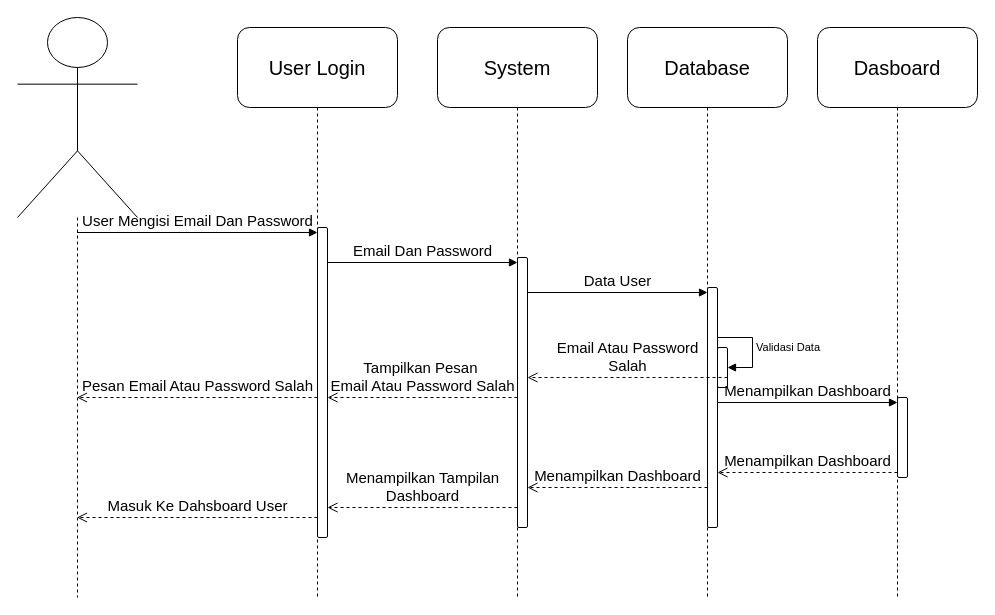
This is Untitled Diagram.drawio from salmanalfarizqi/apps, a draw.io file, before an edit. Source tidied: cells renumbered, new cells numbered last; positions are measured from the earlier drawing's top-left corner, leaving out a move shared by most shapes. Both pictures are drawn from the tidied source at 100%, with x=0, y=0 at pixel (17, 17).
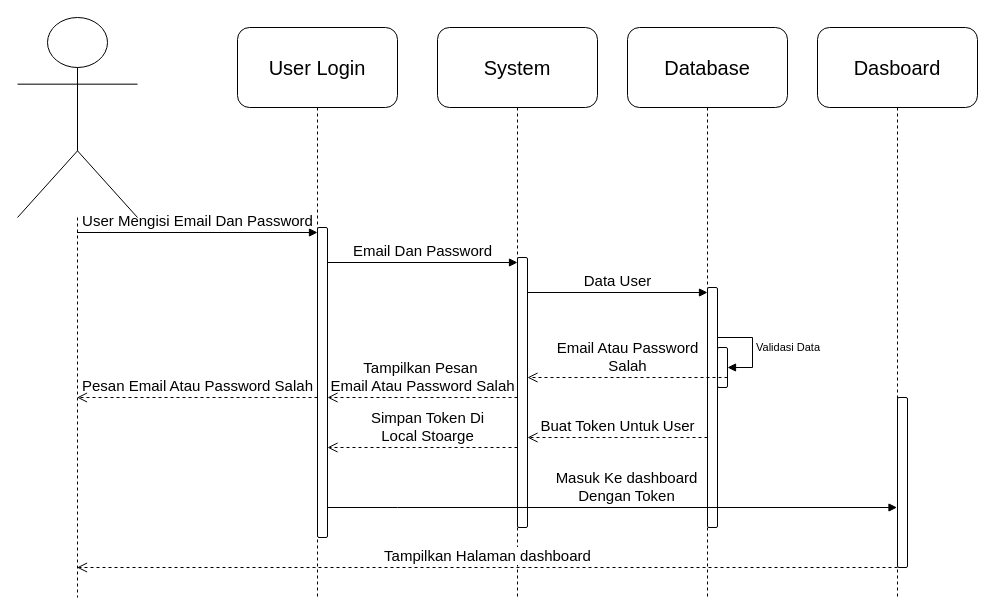
The same page after the edit.

Unchanged cells that the change refers to:
```xml
<mxCell id="2" style="shape=umlLifeline;perimeter=lifelinePerimeter;whiteSpace=wrap;html=1;outlineConnect=0;portConstraint=eastwest;newEdgeStyle={&quot;curved&quot;:0,&quot;rounded&quot;:0};participant=umlActor;size=200;labelBackgroundColor=none;rounded=1;" parent="1" vertex="1">
  <mxGeometry width="120" height="580" as="geometry" />
</mxCell>
<mxCell id="4" style="html=1;points=[[0,0,0,0,5],[0,1,0,0,-5],[1,0,0,0,5],[1,1,0,0,-5]];perimeter=orthogonalPerimeter;outlineConnect=0;targetShapes=umlLifeline;portConstraint=eastwest;newEdgeStyle={&quot;curved&quot;:0,&quot;rounded&quot;:0};labelBackgroundColor=none;rounded=1;" parent="3" vertex="1">
  <mxGeometry x="80" y="200" width="10" height="310" as="geometry" />
</mxCell>
<mxCell id="6" style="html=1;points=[[0,0,0,0,5],[0,1,0,0,-5],[1,0,0,0,5],[1,1,0,0,-5]];perimeter=orthogonalPerimeter;outlineConnect=0;targetShapes=umlLifeline;portConstraint=eastwest;newEdgeStyle={&quot;curved&quot;:0,&quot;rounded&quot;:0};labelBackgroundColor=none;rounded=1;" parent="5" vertex="1">
  <mxGeometry x="80" y="230" width="10" height="270" as="geometry" />
</mxCell>
<mxCell id="8" style="html=1;points=[[0,0,0,0,5],[0,1,0,0,-5],[1,0,0,0,5],[1,1,0,0,-5]];perimeter=orthogonalPerimeter;outlineConnect=0;targetShapes=umlLifeline;portConstraint=eastwest;newEdgeStyle={&quot;curved&quot;:0,&quot;rounded&quot;:0};labelBackgroundColor=none;rounded=1;" parent="7" vertex="1">
  <mxGeometry x="80" y="260" width="10" height="240" as="geometry" />
</mxCell>
<mxCell id="11" value="&lt;span style=&quot;font-size: 20px;&quot;&gt;Dasboard&lt;/span&gt;" style="shape=umlLifeline;perimeter=lifelinePerimeter;whiteSpace=wrap;html=1;outlineConnect=0;portConstraint=eastwest;newEdgeStyle={&quot;curved&quot;:0,&quot;rounded&quot;:0};size=80;labelBackgroundColor=none;rounded=1;" parent="1" vertex="1">
  <mxGeometry x="800" y="10" width="160" height="570" as="geometry" />
</mxCell>
```

What changed in the source:
```diff
@@
     <mxCell id="12" style="html=1;points=[[0,0,0,0,5],[0,1,0,0,-5],[1,0,0,0,5],[1,1,0,0,-5]];perimeter=orthogonalPerimeter;outlineConnect=0;targetShapes=umlLifeline;portConstraint=eastwest;newEdgeStyle={&quot;curved&quot;:0,&quot;rounded&quot;:0};labelBackgroundColor=none;rounded=1;" parent="11" vertex="1">
-      <mxGeometry x="80" y="370" width="10" height="80" as="geometry" />
+      <mxGeometry x="80" y="370" width="10" height="170" as="geometry" />
     </mxCell>
@@
-    <mxCell id="19" value="&lt;font style=&quot;font-size: 15px;&quot;&gt;Menampilkan Dashboard&lt;/font&gt;" style="html=1;verticalAlign=bottom;endArrow=block;curved=0;rounded=1;entryX=0;entryY=0;entryDx=0;entryDy=5;labelBackgroundColor=none;fontColor=default;" parent="1" edge="1" source="8" target="12">
-      <mxGeometry relative="1" as="geometry" />
-    </mxCell>
-    <mxCell id="20" value="&lt;font style=&quot;font-size: 15px;&quot;&gt;Menampilkan Dashboard&lt;/font&gt;" style="html=1;verticalAlign=bottom;endArrow=open;dashed=1;endSize=8;curved=0;rounded=1;exitX=0;exitY=1;exitDx=0;exitDy=-5;labelBackgroundColor=none;fontColor=default;" parent="1" edge="1" source="12" target="8">
-      <mxGeometry relative="1" as="geometry" />
-    </mxCell>
-    <mxCell id="21" value="&lt;font style=&quot;font-size: 15px;&quot;&gt;Menampilkan Dashboard&lt;/font&gt;" style="html=1;verticalAlign=bottom;endArrow=open;dashed=1;endSize=8;curved=0;rounded=1;labelBackgroundColor=none;fontColor=default;" parent="1" edge="1" target="6">
+    <mxCell id="21" value="&lt;span style=&quot;font-size: 15px;&quot;&gt;Buat Token Untuk User&lt;/span&gt;" style="html=1;verticalAlign=bottom;endArrow=open;dashed=1;endSize=8;curved=0;rounded=1;labelBackgroundColor=none;fontColor=default;" parent="1" edge="1">
       <mxGeometry relative="1" as="geometry">
-        <mxPoint x="690" y="470" as="sourcePoint" />
+        <mxPoint x="690" y="420" as="sourcePoint" />
+        <mxPoint x="510" y="420" as="targetPoint" />
       </mxGeometry>
     </mxCell>
-    <mxCell id="22" value="&lt;font style=&quot;font-size: 15px;&quot;&gt;Menampilkan Tampilan &lt;br&gt;Dashboard&lt;/font&gt;" style="html=1;verticalAlign=bottom;endArrow=open;dashed=1;endSize=8;curved=0;rounded=1;labelBackgroundColor=none;fontColor=default;" parent="1" edge="1" target="4">
-      <mxGeometry relative="1" as="geometry">
-        <mxPoint x="500" y="490" as="sourcePoint" />
+    <mxCell id="22" value="&lt;span style=&quot;font-size: 15px;&quot;&gt;Simpan Token Di &lt;br&gt;Local Stoarge&lt;/span&gt;" style="html=1;verticalAlign=bottom;endArrow=open;dashed=1;endSize=8;curved=0;rounded=1;labelBackgroundColor=none;fontColor=default;" parent="1" edge="1">
+      <mxGeometry x="-0.05" relative="1" as="geometry">
+        <mxPoint x="500" y="430" as="sourcePoint" />
+        <mxPoint x="310" y="430" as="targetPoint" />
       </mxGeometry>
     </mxCell>
-    <mxCell id="23" value="&lt;font style=&quot;font-size: 15px;&quot;&gt;Masuk Ke Dahsboard User&lt;/font&gt;" style="html=1;verticalAlign=bottom;endArrow=open;dashed=1;endSize=8;curved=0;rounded=1;labelBackgroundColor=none;fontColor=default;" parent="1" edge="1" target="2">
-      <mxGeometry relative="1" as="geometry">
-        <mxPoint x="300" y="500" as="sourcePoint" />
-      </mxGeometry>
-    </mxCell>
+    <mxCell id="24" value="&lt;font style=&quot;font-size: 15px;&quot;&gt;Masuk Ke dashboard &lt;br&gt;Dengan Token&lt;/font&gt;" style="html=1;verticalAlign=bottom;endArrow=block;curved=0;rounded=0;" parent="1" edge="1" target="11">
+      <mxGeometry x="0.05" relative="1" as="geometry">
+        <mxPoint x="310" y="490" as="sourcePoint" />
+        <Array as="points">
+          <mxPoint x="380" y="490" />
+        </Array>
+      </mxGeometry>
+    </mxCell>
+    <mxCell id="25" value="&lt;font style=&quot;font-size: 15px;&quot;&gt;Tampilkan Halaman dashboard&lt;/font&gt;" style="html=1;verticalAlign=bottom;endArrow=open;dashed=1;endSize=8;curved=0;rounded=0;" parent="1" edge="1" target="2">
+      <mxGeometry relative="1" as="geometry">
+        <mxPoint x="880" y="550" as="sourcePoint" />
+      </mxGeometry>
+    </mxCell>
```
